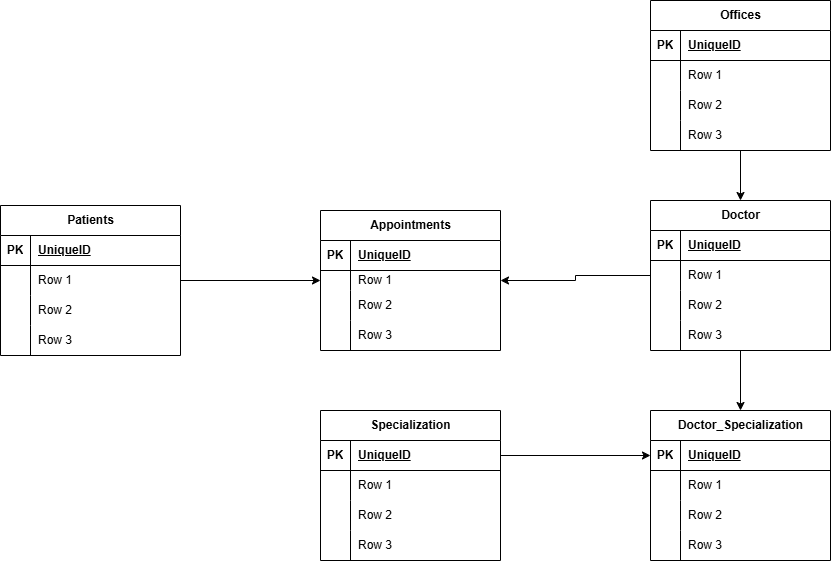
Above: clinicentities.drawio.png in JACKSONMANZI/MINEPORTFOLIO (draw.io), before the change. Source tidied: cells renumbered, new cells last; positions are measured from the earlier drawing's top-left corner, leaving out a move shared by most shapes.
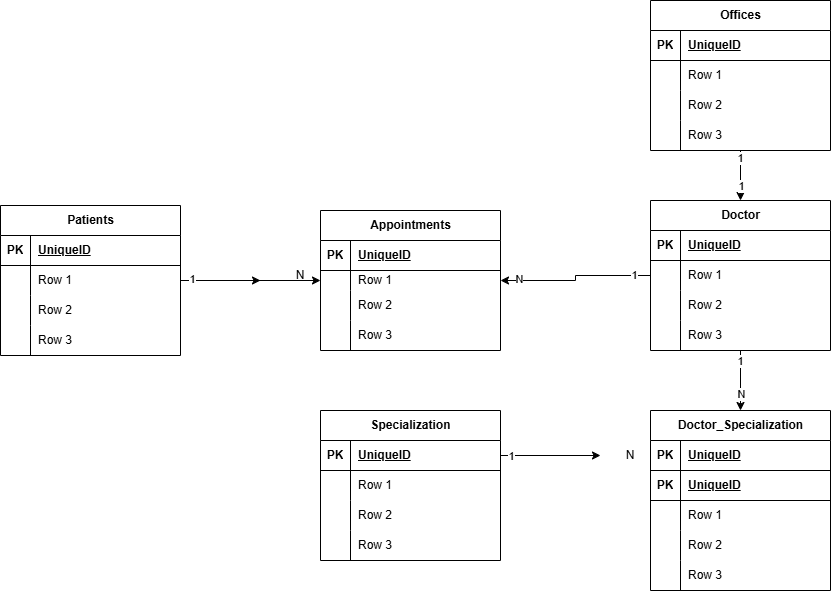
After the change.

The edit, as a diff of the source:
```diff
@@ -44,6 +44,12 @@
     <mxCell id="15" style="edgeStyle=orthogonalEdgeStyle;rounded=0;jettySize=auto;html=1;entryX=0.5;entryY=0;entryDx=0;entryDy=0;" parent="1" edge="1" source="16" target="42">
       <mxGeometry relative="1" as="geometry" />
     </mxCell>
+    <mxCell id="85" value="1" style="edgeLabel;html=1;align=center;verticalAlign=middle;" parent="15" vertex="1">
+      <mxGeometry x="-0.68" y="-1" relative="1" as="geometry" />
+    </mxCell>
+    <mxCell id="86" value="N" style="edgeLabel;html=1;align=center;verticalAlign=middle;" parent="15" vertex="1">
+      <mxGeometry x="0.42" relative="1" as="geometry" />
+    </mxCell>
     <mxCell id="16" value="Doctor" style="shape=table;startSize=30;rowLines=0;fontStyle=1;align=center;html=1;" parent="1" vertex="1">
       <mxGeometry x="650" y="200" width="180" height="150" as="geometry" />
     </mxCell>
@@ -83,6 +89,11 @@
     <mxCell id="28" value="Row 3" style="shape=partialRectangle;fillColor=none;top=0;left=0;bottom=0;right=0;align=left;spacingLeft=6;overflow=hidden;whiteSpace=wrap;html=1;" parent="26" vertex="1">
       <mxGeometry x="30" width="150" height="30" as="geometry" />
     </mxCell>
+    <mxCell id="87" style="edgeStyle=orthogonalEdgeStyle;rounded=0;jettySize=auto;html=1;" parent="1" edge="1" source="29">
+      <mxGeometry relative="1" as="geometry">
+        <mxPoint x="260" y="280" as="targetPoint" />
+      </mxGeometry>
+    </mxCell>
     <mxCell id="29" value="Patients" style="shape=table;startSize=30;rowLines=0;fontStyle=1;align=center;html=1;" parent="1" vertex="1">
       <mxGeometry y="205" width="180" height="150" as="geometry" />
     </mxCell>
@@ -123,10 +134,19 @@
       <mxGeometry x="30" width="150" height="30" as="geometry" />
     </mxCell>
     <mxCell id="42" value="Doctor_Specialization" style="shape=table;startSize=30;rowLines=0;fontStyle=1;align=center;html=1;" parent="1" vertex="1">
-      <mxGeometry x="650" y="410" width="180" height="150" as="geometry" />
+      <mxGeometry x="650" y="410" width="180" height="180" as="geometry" />
     </mxCell>
+    <mxCell id="88" style="shape=tableRow;horizontal=0;startSize=0;swimlaneHead=0;swimlaneBody=0;fillColor=none;top=0;left=0;right=0;bottom=1;" parent="42" vertex="1">
+      <mxGeometry y="30" width="180" height="30" as="geometry" />
+    </mxCell>
+    <mxCell id="89" value="PK" style="shape=partialRectangle;fillColor=none;top=0;left=0;bottom=0;right=0;fontStyle=1;overflow=hidden;whiteSpace=wrap;html=1;" parent="88" vertex="1">
+      <mxGeometry width="30" height="30" as="geometry" />
+    </mxCell>
+    <mxCell id="90" value="UniqueID" style="shape=partialRectangle;fillColor=none;top=0;left=0;bottom=0;right=0;align=left;spacingLeft=6;fontStyle=5;overflow=hidden;whiteSpace=wrap;html=1;" parent="88" vertex="1">
+      <mxGeometry x="30" width="150" height="30" as="geometry" />
+    </mxCell>
     <mxCell id="43" style="shape=tableRow;horizontal=0;startSize=0;swimlaneHead=0;swimlaneBody=0;fillColor=none;points=[[0,0.5],[1,0.5]];portConstraint=eastwest;top=0;left=0;right=0;bottom=1;" parent="42" vertex="1">
-      <mxGeometry y="30" width="180" height="30" as="geometry" />
+      <mxGeometry y="60" width="180" height="30" as="geometry" />
     </mxCell>
     <mxCell id="44" value="PK" style="shape=partialRectangle;fillColor=none;top=0;left=0;bottom=0;right=0;fontStyle=1;overflow=hidden;whiteSpace=wrap;html=1;" parent="43" vertex="1">
       <mxGeometry width="30" height="30" as="geometry" />
@@ -135,7 +155,7 @@
       <mxGeometry x="30" width="150" height="30" as="geometry" />
     </mxCell>
     <mxCell id="46" style="shape=tableRow;horizontal=0;startSize=0;swimlaneHead=0;swimlaneBody=0;fillColor=none;top=0;left=0;right=0;bottom=0;" parent="42" vertex="1">
-      <mxGeometry y="60" width="180" height="30" as="geometry" />
+      <mxGeometry y="90" width="180" height="30" as="geometry" />
     </mxCell>
     <mxCell id="47" style="shape=partialRectangle;fillColor=none;top=0;left=0;bottom=0;right=0;overflow=hidden;whiteSpace=wrap;html=1;" parent="46" vertex="1">
       <mxGeometry width="30" height="30" as="geometry" />
@@ -144,7 +164,7 @@
       <mxGeometry x="30" width="150" height="30" as="geometry" />
     </mxCell>
     <mxCell id="49" style="shape=tableRow;horizontal=0;startSize=0;swimlaneHead=0;swimlaneBody=0;fillColor=none;top=0;left=0;right=0;bottom=0;" parent="42" vertex="1">
-      <mxGeometry y="90" width="180" height="30" as="geometry" />
+      <mxGeometry y="120" width="180" height="30" as="geometry" />
     </mxCell>
     <mxCell id="50" style="shape=partialRectangle;fillColor=none;top=0;left=0;bottom=0;right=0;overflow=hidden;whiteSpace=wrap;html=1;" parent="49" vertex="1">
       <mxGeometry width="30" height="30" as="geometry" />
@@ -153,7 +173,7 @@
       <mxGeometry x="30" width="150" height="30" as="geometry" />
     </mxCell>
     <mxCell id="52" style="shape=tableRow;horizontal=0;startSize=0;swimlaneHead=0;swimlaneBody=0;fillColor=none;top=0;left=0;right=0;bottom=0;" parent="42" vertex="1">
-      <mxGeometry y="120" width="180" height="30" as="geometry" />
+      <mxGeometry y="150" width="180" height="30" as="geometry" />
     </mxCell>
     <mxCell id="53" style="shape=partialRectangle;fillColor=none;top=0;left=0;bottom=0;right=0;overflow=hidden;whiteSpace=wrap;html=1;" parent="52" vertex="1">
       <mxGeometry width="30" height="30" as="geometry" />
@@ -164,6 +184,12 @@
     <mxCell id="55" style="edgeStyle=orthogonalEdgeStyle;rounded=0;jettySize=auto;html=1;entryX=0.5;entryY=0;entryDx=0;entryDy=0;" parent="1" edge="1" source="56" target="16">
       <mxGeometry relative="1" as="geometry" />
     </mxCell>
+    <mxCell id="91" value="1" style="edgeLabel;html=1;align=center;verticalAlign=middle;" parent="55" vertex="1">
+      <mxGeometry x="-0.71" y="-1" relative="1" as="geometry" />
+    </mxCell>
+    <mxCell id="92" value="1" style="edgeLabel;html=1;align=center;verticalAlign=middle;" parent="55" vertex="1">
+      <mxGeometry x="0.41" relative="1" as="geometry" />
+    </mxCell>
     <mxCell id="56" value="Offices" style="shape=table;startSize=30;rowLines=0;fontStyle=1;align=center;html=1;" parent="1" vertex="1">
       <mxGeometry x="650" width="180" height="150" as="geometry" />
     </mxCell>
@@ -245,11 +271,29 @@
     <mxCell id="82" style="edgeStyle=orthogonalEdgeStyle;rounded=0;jettySize=auto;html=1;entryX=0;entryY=0.5;entryDx=0;entryDy=0;" parent="1" edge="1" source="33" target="6">
       <mxGeometry relative="1" as="geometry" />
     </mxCell>
+    <mxCell id="93" value="1" style="edgeLabel;html=1;align=center;verticalAlign=middle;" parent="82" vertex="1">
+      <mxGeometry x="-0.85" y="2" relative="1" as="geometry" />
+    </mxCell>
     <mxCell id="83" style="edgeStyle=orthogonalEdgeStyle;rounded=0;jettySize=auto;html=1;entryX=1;entryY=0.5;entryDx=0;entryDy=0;" parent="1" edge="1" source="20" target="6">
       <mxGeometry relative="1" as="geometry" />
     </mxCell>
+    <mxCell id="94" value="1" style="edgeLabel;html=1;align=center;verticalAlign=middle;" parent="83" vertex="1">
+      <mxGeometry x="-0.78" y="-1" relative="1" as="geometry" />
+    </mxCell>
+    <mxCell id="95" value="N" style="edgeLabel;html=1;align=center;verticalAlign=middle;" parent="83" vertex="1">
+      <mxGeometry x="0.77" y="-2" relative="1" as="geometry" />
+    </mxCell>
-    <mxCell id="84" style="edgeStyle=orthogonalEdgeStyle;rounded=0;jettySize=auto;html=1;" parent="1" edge="1" source="70" target="43">
+    <mxCell id="84" style="edgeStyle=orthogonalEdgeStyle;rounded=0;jettySize=auto;html=1;" parent="1" edge="1" source="70" target="98">
       <mxGeometry relative="1" as="geometry" />
     </mxCell>
+    <mxCell id="96" value="1" style="edgeLabel;html=1;align=center;verticalAlign=middle;" parent="84" vertex="1">
+      <mxGeometry x="-0.8" relative="1" as="geometry" />
+    </mxCell>
+    <mxCell id="97" value="N" style="text;html=1;whiteSpace=wrap;strokeColor=none;fillColor=none;align=center;verticalAlign=middle;rounded=0;" parent="1" vertex="1">
+      <mxGeometry x="270" y="260" width="60" height="30" as="geometry" />
+    </mxCell>
+    <mxCell id="98" value="N" style="text;html=1;whiteSpace=wrap;strokeColor=none;fillColor=none;align=center;verticalAlign=middle;rounded=0;" parent="1" vertex="1">
+      <mxGeometry x="600" y="440" width="60" height="30" as="geometry" />
+    </mxCell>
   </root>
 </mxGraphModel>
```
